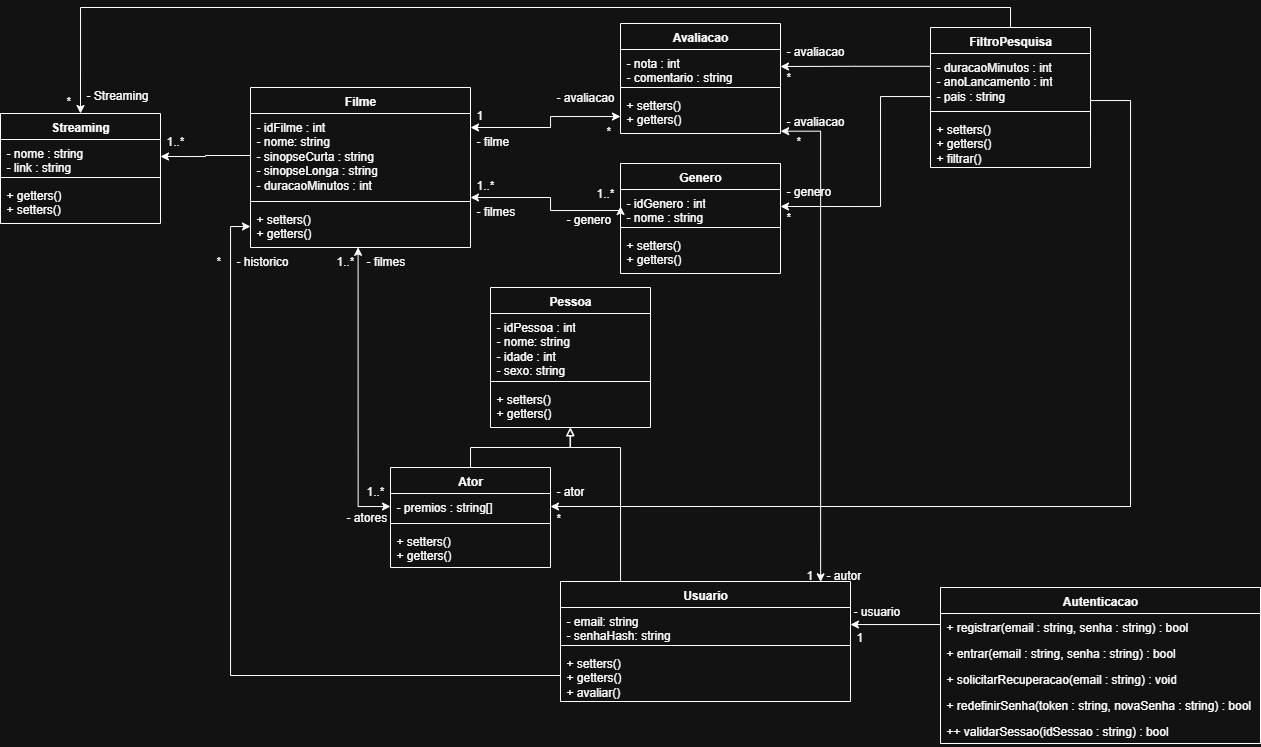
The draw.io diagram docs/diagramas/Diagrama de classes.png in Alan-CRA/Trabalho_Eng_Software, before a commit. Source tidied: cells renumbered, new cells last; positions are measured from the earlier drawing's top-left corner, leaving out a move shared by most shapes.
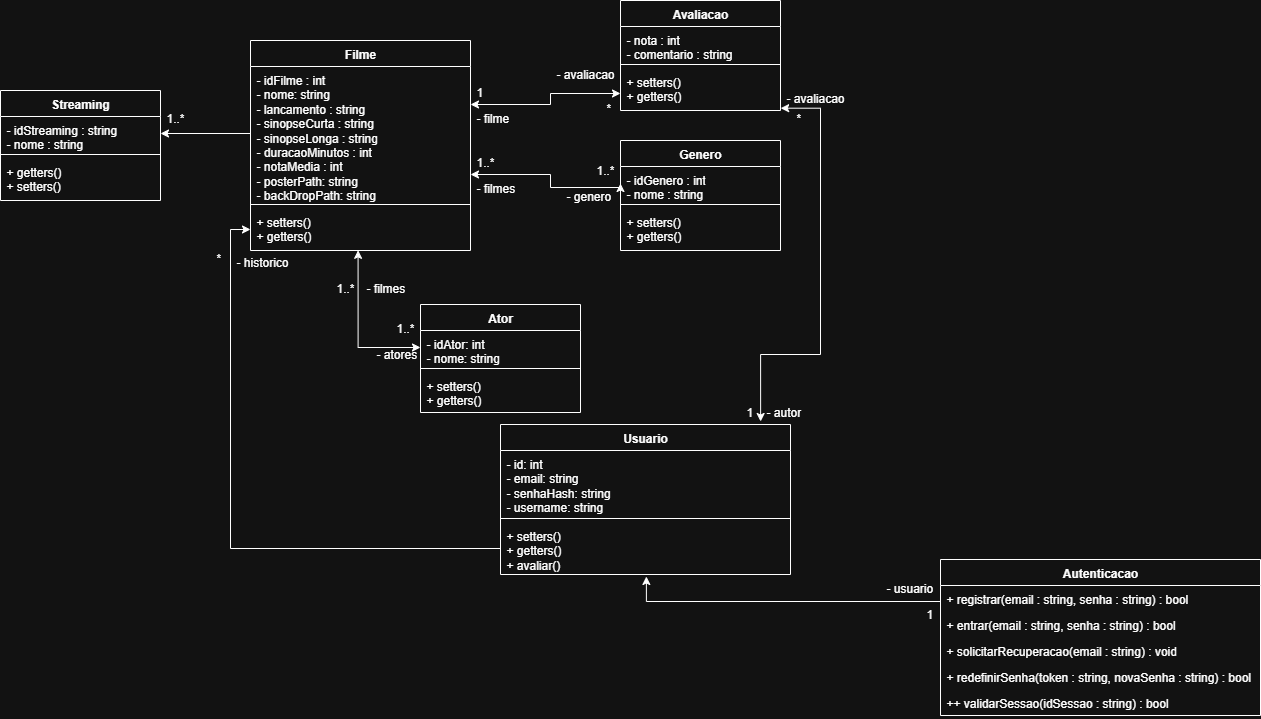
After the change.

Commit message:
update diagrama de classes

Diff of the diagram source:
```diff
@@ -7,29 +7,7 @@
     </mxCell>
-    <mxCell id="3" value="Pessoa" style="swimlane;fontStyle=1;align=center;verticalAlign=top;horizontal=1;startSize=26;whiteSpace=wrap;html=1;" parent="1" vertex="1">
-      <mxGeometry x="490" y="264" width="160" height="140" as="geometry" />
-    </mxCell>
-    <mxCell id="4" value="&lt;div&gt;- idPessoa : int&lt;/div&gt;&lt;div&gt;- nome: string&lt;/div&gt;&lt;div&gt;- idade : int&lt;/div&gt;&lt;div&gt;- sexo: string&lt;/div&gt;&lt;div&gt;&lt;br&gt;&lt;/div&gt;" style="text;strokeColor=none;fillColor=none;align=left;verticalAlign=top;spacingLeft=4;spacingRight=4;overflow=hidden;whiteSpace=wrap;html=1;" parent="3" vertex="1">
-      <mxGeometry y="26" width="160" height="64" as="geometry" />
-    </mxCell>
-    <mxCell id="5" style="line;strokeWidth=1;fillColor=none;align=left;verticalAlign=middle;spacingTop=-1;spacingLeft=3;spacingRight=3;labelPosition=right;strokeColor=inherit;" parent="3" vertex="1">
-      <mxGeometry y="90" width="160" height="8" as="geometry" />
-    </mxCell>
-    <mxCell id="6" value="+ setters()&lt;div&gt;+ getters()&lt;/div&gt;" style="text;strokeColor=none;fillColor=none;align=left;verticalAlign=top;spacingLeft=4;spacingRight=4;overflow=hidden;points=[[0,0.5],[1,0.5]];portConstraint=eastwest;whiteSpace=wrap;html=1;" parent="3" vertex="1">
-      <mxGeometry y="98" width="160" height="42" as="geometry" />
-    </mxCell>
-    <mxCell id="7" style="edgeStyle=orthogonalEdgeStyle;rounded=0;jettySize=auto;html=1;exitX=0.5;exitY=0;exitDx=0;exitDy=0;entryX=0.497;entryY=1.008;entryDx=0;entryDy=0;entryPerimeter=0;endArrow=block;endFill=0;" parent="1" edge="1" source="15" target="6">
-      <mxGeometry relative="1" as="geometry" />
-    </mxCell>
-    <mxCell id="8" style="edgeStyle=orthogonalEdgeStyle;rounded=0;jettySize=auto;html=1;exitX=0.5;exitY=0;exitDx=0;exitDy=0;endArrow=block;endFill=0;" parent="1" edge="1" source="10" target="3">
-      <mxGeometry relative="1" as="geometry">
-        <Array as="points">
-          <mxPoint x="620" y="558" />
-          <mxPoint x="620" y="424" />
-          <mxPoint x="570" y="424" />
-        </Array>
-      </mxGeometry>
-    </mxCell>
-    <mxCell id="9" style="edgeStyle=orthogonalEdgeStyle;rounded=0;jettySize=auto;html=1;entryX=1.001;entryY=0.945;entryDx=0;entryDy=0;startArrow=classic;startFill=1;entryPerimeter=0;exitX=0.897;exitY=0.003;exitDx=0;exitDy=0;exitPerimeter=0;" parent="1" edge="1" source="10" target="42">
+    <mxCell id="9" style="edgeStyle=orthogonalEdgeStyle;rounded=0;jettySize=auto;html=1;entryX=1.001;entryY=0.945;entryDx=0;entryDy=0;startArrow=classic;startFill=1;entryPerimeter=0;exitX=0.897;exitY=-0.02;exitDx=0;exitDy=0;exitPerimeter=0;" parent="1" edge="1" source="10" target="42">
       <mxGeometry relative="1" as="geometry">
         <Array as="points">
+          <mxPoint x="760" y="354" />
+          <mxPoint x="820" y="354" />
           <mxPoint x="820" y="108" />
@@ -39,27 +17,27 @@
     <mxCell id="10" value="&lt;div&gt;Usuario&lt;/div&gt;" style="swimlane;fontStyle=1;align=center;verticalAlign=top;horizontal=1;startSize=26;whiteSpace=wrap;html=1;" parent="1" vertex="1">
-      <mxGeometry x="560" y="558" width="290" height="120" as="geometry" />
+      <mxGeometry x="500" y="424" width="290" height="150" as="geometry" />
     </mxCell>
-    <mxCell id="11" value="- email: string&lt;br&gt;- senhaHash: string" style="text;strokeColor=none;fillColor=none;align=left;verticalAlign=top;spacingLeft=4;spacingRight=4;overflow=hidden;points=[[0,0.5],[1,0.5]];portConstraint=eastwest;whiteSpace=wrap;html=1;" parent="10" vertex="1">
-      <mxGeometry y="26" width="290" height="34" as="geometry" />
+    <mxCell id="11" value="&lt;div&gt;- id: int&lt;/div&gt;- email: string&lt;br&gt;- senhaHash: string&lt;div&gt;- username: string&lt;/div&gt;" style="text;strokeColor=none;fillColor=none;align=left;verticalAlign=top;spacingLeft=4;spacingRight=4;overflow=hidden;points=[[0,0.5],[1,0.5]];portConstraint=eastwest;whiteSpace=wrap;html=1;" parent="10" vertex="1">
+      <mxGeometry y="26" width="290" height="64" as="geometry" />
     </mxCell>
     <mxCell id="12" style="line;strokeWidth=1;fillColor=none;align=left;verticalAlign=middle;spacingTop=-1;spacingLeft=3;spacingRight=3;labelPosition=right;strokeColor=inherit;" parent="10" vertex="1">
-      <mxGeometry y="60" width="290" height="8" as="geometry" />
+      <mxGeometry y="90" width="290" height="8" as="geometry" />
     </mxCell>
     <mxCell id="13" value="+ setters()&lt;div&gt;+ getters()&lt;/div&gt;&lt;div&gt;+ avaliar()&lt;/div&gt;" style="text;strokeColor=none;fillColor=none;align=left;verticalAlign=top;spacingLeft=4;spacingRight=4;overflow=hidden;points=[[0,0.5],[1,0.5]];portConstraint=eastwest;whiteSpace=wrap;html=1;" parent="10" vertex="1">
-      <mxGeometry y="68" width="290" height="52" as="geometry" />
+      <mxGeometry y="98" width="290" height="52" as="geometry" />
     </mxCell>
     <mxCell id="14" style="group;" parent="1" vertex="1">
-      <mxGeometry x="340" y="444" width="210" height="100" as="geometry" />
+      <mxGeometry x="370" y="304" width="210" height="100" as="geometry" />
     </mxCell>
     <mxCell id="15" value="&lt;div&gt;Ator&lt;/div&gt;" style="swimlane;fontStyle=1;align=center;verticalAlign=top;horizontal=1;startSize=26;whiteSpace=wrap;html=1;" parent="14" vertex="1">
-      <mxGeometry x="50" width="160" height="100" as="geometry" />
+      <mxGeometry x="50" width="160" height="108" as="geometry" />
     </mxCell>
-    <mxCell id="16" value="- premios : string[]" style="text;strokeColor=none;fillColor=none;align=left;verticalAlign=top;spacingLeft=4;spacingRight=4;overflow=hidden;points=[[0,0.5],[1,0.5]];portConstraint=eastwest;whiteSpace=wrap;html=1;" parent="15" vertex="1">
-      <mxGeometry y="26" width="160" height="26" as="geometry" />
+    <mxCell id="16" value="&lt;div&gt;- idAtor: int&lt;/div&gt;&lt;div&gt;&lt;span style=&quot;background-color: transparent; color: light-dark(rgb(0, 0, 0), rgb(255, 255, 255));&quot;&gt;- nome: string&lt;/span&gt;&lt;/div&gt;" style="text;strokeColor=none;fillColor=none;align=left;verticalAlign=top;spacingLeft=4;spacingRight=4;overflow=hidden;points=[[0,0.5],[1,0.5]];portConstraint=eastwest;whiteSpace=wrap;html=1;" parent="15" vertex="1">
+      <mxGeometry y="26" width="160" height="34" as="geometry" />
     </mxCell>
     <mxCell id="17" style="line;strokeWidth=1;fillColor=none;align=left;verticalAlign=middle;spacingTop=-1;spacingLeft=3;spacingRight=3;labelPosition=right;strokeColor=inherit;" parent="15" vertex="1">
-      <mxGeometry y="52" width="160" height="8" as="geometry" />
+      <mxGeometry y="60" width="160" height="8" as="geometry" />
     </mxCell>
     <mxCell id="18" value="+ setters()&lt;div&gt;+ getters()&lt;/div&gt;" style="text;strokeColor=none;fillColor=none;align=left;verticalAlign=top;spacingLeft=4;spacingRight=4;overflow=hidden;whiteSpace=wrap;html=1;" parent="15" vertex="1">
-      <mxGeometry y="60" width="160" height="40" as="geometry" />
+      <mxGeometry y="68" width="160" height="40" as="geometry" />
     </mxCell>
@@ -92,3 +70,3 @@
     <mxCell id="24" style="group;" parent="1" vertex="1">
-      <mxGeometry x="200" y="64" width="270" height="186" as="geometry" />
+      <mxGeometry x="200" y="40" width="270" height="186" as="geometry" />
     </mxCell>
@@ -98,25 +76,13 @@
     <mxCell id="26" value="&lt;div&gt;Filme&lt;/div&gt;&lt;div&gt;&lt;br&gt;&lt;/div&gt;" style="swimlane;fontStyle=1;align=center;verticalAlign=top;horizontal=1;startSize=26;whiteSpace=wrap;html=1;" parent="25" vertex="1">
-      <mxGeometry width="220" height="160" as="geometry" />
+      <mxGeometry width="220" height="210" as="geometry" />
     </mxCell>
-    <mxCell id="27" value="&lt;div&gt;- idFilme : int&lt;/div&gt;&lt;div&gt;- nome: string&lt;/div&gt;&lt;div&gt;- sinopseCurta : string&lt;/div&gt;&lt;div&gt;- sinopseLonga : string&lt;/div&gt;&lt;div&gt;- duracaoMinutos : int&lt;/div&gt;" style="text;strokeColor=none;fillColor=none;align=left;verticalAlign=top;spacingLeft=4;spacingRight=4;overflow=hidden;points=[[0,0.5],[1,0.5]];portConstraint=eastwest;whiteSpace=wrap;html=1;" parent="26" vertex="1">
-      <mxGeometry y="26" width="220" height="84" as="geometry" />
+    <mxCell id="27" value="&lt;div&gt;- idFilme : int&lt;/div&gt;&lt;div&gt;- nome: string&lt;/div&gt;&lt;div&gt;- lancamento : string&lt;/div&gt;&lt;div&gt;- sinopseCurta : string&lt;/div&gt;&lt;div&gt;- sinopseLonga : string&lt;/div&gt;&lt;div&gt;- duracaoMinutos : int&lt;/div&gt;&lt;div&gt;- notaMedia : int&lt;/div&gt;&lt;div&gt;- posterPath: string&lt;/div&gt;&lt;div&gt;- backDropPath: string&lt;/div&gt;" style="text;strokeColor=none;fillColor=none;align=left;verticalAlign=top;spacingLeft=4;spacingRight=4;overflow=hidden;points=[[0,0.5],[1,0.5]];portConstraint=eastwest;whiteSpace=wrap;html=1;" parent="26" vertex="1">
+      <mxGeometry y="26" width="220" height="134" as="geometry" />
     </mxCell>
     <mxCell id="28" style="line;strokeWidth=1;fillColor=none;align=left;verticalAlign=middle;spacingTop=-1;spacingLeft=3;spacingRight=3;labelPosition=right;strokeColor=inherit;" parent="26" vertex="1">
-      <mxGeometry y="110" width="220" height="8" as="geometry" />
+      <mxGeometry y="160" width="220" height="8" as="geometry" />
     </mxCell>
     <mxCell id="29" value="&lt;div&gt;+ setters()&lt;/div&gt;&lt;div&gt;+ getters()&lt;/div&gt;" style="text;strokeColor=none;fillColor=none;align=left;verticalAlign=top;spacingLeft=4;spacingRight=4;overflow=hidden;points=[[0,0.5],[1,0.5]];portConstraint=eastwest;whiteSpace=wrap;html=1;" parent="26" vertex="1">
-      <mxGeometry y="118" width="220" height="42" as="geometry" />
+      <mxGeometry y="168" width="220" height="42" as="geometry" />
     </mxCell>
-    <mxCell id="30" value="- filmes" style="text;strokeColor=none;fillColor=none;align=left;verticalAlign=top;spacingLeft=4;spacingRight=4;overflow=hidden;whiteSpace=wrap;html=1;" parent="25" vertex="1">
-      <mxGeometry x="110" y="160" width="50" height="26" as="geometry" />
-    </mxCell>
-    <mxCell id="31" value="&lt;div&gt;1..*&lt;/div&gt;" style="text;strokeColor=none;fillColor=none;align=left;verticalAlign=top;spacingLeft=4;spacingRight=4;overflow=hidden;whiteSpace=wrap;html=1;" parent="25" vertex="1">
-      <mxGeometry x="80" y="160" width="30" height="26" as="geometry" />
-    </mxCell>
-    <mxCell id="32" value="- historico" style="text;strokeColor=none;fillColor=none;align=left;verticalAlign=top;spacingLeft=4;spacingRight=4;overflow=hidden;whiteSpace=wrap;html=1;" parent="25" vertex="1">
-      <mxGeometry x="-20" y="160" width="70" height="26" as="geometry" />
-    </mxCell>
-    <mxCell id="33" value="&lt;div&gt;*&lt;/div&gt;" style="text;strokeColor=none;fillColor=none;align=left;verticalAlign=top;spacingLeft=4;spacingRight=4;overflow=hidden;whiteSpace=wrap;html=1;" parent="24" vertex="1">
-      <mxGeometry x="10" y="160" width="20" height="26" as="geometry" />
-    </mxCell>
     <mxCell id="34" style="group;" parent="1" vertex="1">
@@ -179,43 +145,9 @@
     <mxCell id="53" value="- autor" style="text;strokeColor=none;fillColor=none;align=left;verticalAlign=top;spacingLeft=4;spacingRight=4;overflow=hidden;whiteSpace=wrap;html=1;" parent="1" vertex="1">
-      <mxGeometry x="820" y="538" width="100" height="26" as="geometry" />
+      <mxGeometry x="760" y="398" width="100" height="26" as="geometry" />
     </mxCell>
     <mxCell id="54" value="&lt;div&gt;1&lt;/div&gt;" style="text;strokeColor=none;fillColor=none;align=left;verticalAlign=top;spacingLeft=4;spacingRight=4;overflow=hidden;whiteSpace=wrap;html=1;" parent="1" vertex="1">
-      <mxGeometry x="800" y="538" width="20" height="26" as="geometry" />
+      <mxGeometry x="740" y="398" width="20" height="26" as="geometry" />
     </mxCell>
-    <mxCell id="55" style="edgeStyle=orthogonalEdgeStyle;rounded=0;jettySize=auto;html=1;exitX=0.5;exitY=0;exitDx=0;exitDy=0;entryX=0.5;entryY=0;entryDx=0;entryDy=0;" parent="1" edge="1" source="56" target="75">
-      <mxGeometry relative="1" as="geometry" />
-    </mxCell>
-    <mxCell id="56" value="FiltroPesquisa" style="swimlane;fontStyle=1;align=center;verticalAlign=top;horizontal=1;startSize=26;whiteSpace=wrap;html=1;" parent="1" vertex="1">
-      <mxGeometry x="930" y="4" width="160" height="140" as="geometry" />
-    </mxCell>
-    <mxCell id="57" value="- duracaoMinutos : int&lt;div&gt;- anoLancamento : int&lt;/div&gt;&lt;div&gt;- pais : string&lt;/div&gt;" style="text;strokeColor=none;fillColor=none;align=left;verticalAlign=top;spacingLeft=4;spacingRight=4;overflow=hidden;points=[[0,0.5],[1,0.5]];portConstraint=eastwest;whiteSpace=wrap;html=1;" parent="56" vertex="1">
-      <mxGeometry y="26" width="160" height="54" as="geometry" />
-    </mxCell>
-    <mxCell id="58" style="line;strokeWidth=1;fillColor=none;align=left;verticalAlign=middle;spacingTop=-1;spacingLeft=3;spacingRight=3;labelPosition=right;strokeColor=inherit;" parent="56" vertex="1">
-      <mxGeometry y="80" width="160" height="8" as="geometry" />
-    </mxCell>
-    <mxCell id="59" value="+ setters()&lt;div&gt;+ getters()&lt;/div&gt;&lt;div&gt;+ filtrar()&lt;/div&gt;" style="text;strokeColor=none;fillColor=none;align=left;verticalAlign=top;spacingLeft=4;spacingRight=4;overflow=hidden;points=[[0,0.5],[1,0.5]];portConstraint=eastwest;whiteSpace=wrap;html=1;" parent="56" vertex="1">
-      <mxGeometry y="88" width="160" height="52" as="geometry" />
-    </mxCell>
-    <mxCell id="60" style="edgeStyle=orthogonalEdgeStyle;rounded=0;jettySize=auto;html=1;exitX=-0.001;exitY=0.237;exitDx=0;exitDy=0;entryX=1;entryY=0.5;entryDx=0;entryDy=0;exitPerimeter=0;" parent="1" edge="1" source="57" target="40">
-      <mxGeometry relative="1" as="geometry" />
-    </mxCell>
-    <mxCell id="61" style="edgeStyle=orthogonalEdgeStyle;rounded=0;jettySize=auto;html=1;exitX=0;exitY=0.5;exitDx=0;exitDy=0;entryX=1;entryY=0.5;entryDx=0;entryDy=0;" parent="1" edge="1" source="59" target="36">
-      <mxGeometry relative="1" as="geometry">
-        <Array as="points">
-          <mxPoint x="880" y="73" />
-          <mxPoint x="880" y="183" />
-        </Array>
-      </mxGeometry>
-    </mxCell>
-    <mxCell id="62" style="edgeStyle=orthogonalEdgeStyle;rounded=0;jettySize=auto;html=1;exitX=1;exitY=0.5;exitDx=0;exitDy=0;entryX=1;entryY=0.5;entryDx=0;entryDy=0;startArrow=classic;startFill=1;endArrow=none;endFill=0;" parent="1" edge="1" source="16" target="59">
-      <mxGeometry relative="1" as="geometry">
-        <Array as="points">
-          <mxPoint x="1130" y="483" />
-          <mxPoint x="1130" y="77" />
-        </Array>
-      </mxGeometry>
-    </mxCell>
     <mxCell id="63" value="Autenticacao" style="swimlane;fontStyle=1;align=center;verticalAlign=top;horizontal=1;startSize=26;whiteSpace=wrap;html=1;" parent="1" vertex="1">
-      <mxGeometry x="940" y="564" width="320" height="156" as="geometry" />
+      <mxGeometry x="940" y="559" width="320" height="156" as="geometry" />
     </mxCell>
@@ -236,20 +168,2 @@
     </mxCell>
-    <mxCell id="69" value="- avaliacao" style="text;strokeColor=none;fillColor=none;align=left;verticalAlign=top;spacingLeft=4;spacingRight=4;overflow=hidden;whiteSpace=wrap;html=1;" parent="1" vertex="1">
-      <mxGeometry x="780" y="14" width="100" height="26" as="geometry" />
-    </mxCell>
-    <mxCell id="70" value="*&lt;div&gt;&lt;br&gt;&lt;/div&gt;" style="text;strokeColor=none;fillColor=none;align=left;verticalAlign=top;spacingLeft=4;spacingRight=4;overflow=hidden;whiteSpace=wrap;html=1;" parent="1" vertex="1">
-      <mxGeometry x="780" y="40" width="30" height="26" as="geometry" />
-    </mxCell>
-    <mxCell id="71" value="- genero" style="text;strokeColor=none;fillColor=none;align=left;verticalAlign=top;spacingLeft=4;spacingRight=4;overflow=hidden;whiteSpace=wrap;html=1;" parent="1" vertex="1">
-      <mxGeometry x="780" y="154" width="100" height="26" as="geometry" />
-    </mxCell>
-    <mxCell id="72" value="*" style="text;strokeColor=none;fillColor=none;align=left;verticalAlign=top;spacingLeft=4;spacingRight=4;overflow=hidden;whiteSpace=wrap;html=1;" parent="1" vertex="1">
-      <mxGeometry x="780" y="180" width="100" height="26" as="geometry" />
-    </mxCell>
-    <mxCell id="73" value="- ator" style="text;strokeColor=none;fillColor=none;align=left;verticalAlign=top;spacingLeft=4;spacingRight=4;overflow=hidden;whiteSpace=wrap;html=1;" parent="1" vertex="1">
-      <mxGeometry x="550" y="454" width="100" height="26" as="geometry" />
-    </mxCell>
-    <mxCell id="74" value="*" style="text;strokeColor=none;fillColor=none;align=left;verticalAlign=top;spacingLeft=4;spacingRight=4;overflow=hidden;whiteSpace=wrap;html=1;" parent="1" vertex="1">
-      <mxGeometry x="550" y="481" width="100" height="26" as="geometry" />
-    </mxCell>
     <mxCell id="75" value="Streaming" style="swimlane;fontStyle=1;align=center;verticalAlign=top;horizontal=1;startSize=26;whiteSpace=wrap;html=1;" parent="1" vertex="1">
@@ -257,3 +171,3 @@
     </mxCell>
-    <mxCell id="76" value="- nome : string&lt;div&gt;- link : string&lt;/div&gt;" style="text;strokeColor=none;fillColor=none;align=left;verticalAlign=top;spacingLeft=4;spacingRight=4;overflow=hidden;points=[[0,0.5],[1,0.5]];portConstraint=eastwest;whiteSpace=wrap;html=1;" parent="75" vertex="1">
+    <mxCell id="76" value="&lt;div&gt;- idStreaming : string&lt;/div&gt;- nome : string" style="text;strokeColor=none;fillColor=none;align=left;verticalAlign=top;spacingLeft=4;spacingRight=4;overflow=hidden;points=[[0,0.5],[1,0.5]];portConstraint=eastwest;whiteSpace=wrap;html=1;" parent="75" vertex="1">
       <mxGeometry y="26" width="160" height="34" as="geometry" />
@@ -272,9 +186,3 @@
     </mxCell>
-    <mxCell id="81" value="- Streaming" style="text;strokeColor=none;fillColor=none;align=left;verticalAlign=top;spacingLeft=4;spacingRight=4;overflow=hidden;whiteSpace=wrap;html=1;" parent="1" vertex="1">
-      <mxGeometry x="80" y="58" width="100" height="26" as="geometry" />
-    </mxCell>
-    <mxCell id="82" value="*&lt;div&gt;&lt;br&gt;&lt;/div&gt;" style="text;strokeColor=none;fillColor=none;align=left;verticalAlign=top;spacingLeft=4;spacingRight=4;overflow=hidden;whiteSpace=wrap;html=1;" parent="1" vertex="1">
-      <mxGeometry x="60" y="64" width="100" height="26" as="geometry" />
-    </mxCell>
-    <mxCell id="83" style="edgeStyle=orthogonalEdgeStyle;rounded=0;jettySize=auto;html=1;exitX=0;exitY=0.5;exitDx=0;exitDy=0;" parent="1" edge="1" source="64" target="11">
+    <mxCell id="83" style="edgeStyle=orthogonalEdgeStyle;rounded=0;jettySize=auto;html=1;exitX=0;exitY=0.5;exitDx=0;exitDy=0;entryX=0.503;entryY=1.038;entryDx=0;entryDy=0;entryPerimeter=0;" parent="1" edge="1" source="64" target="13">
       <mxGeometry relative="1" as="geometry">
@@ -282,2 +190,3 @@
           <mxPoint x="940" y="601" />
+          <mxPoint x="646" y="601" />
         </Array>
@@ -286,7 +195,19 @@
     <mxCell id="84" value="- usuario" style="text;strokeColor=none;fillColor=none;align=left;verticalAlign=top;spacingLeft=4;spacingRight=4;overflow=hidden;whiteSpace=wrap;html=1;" parent="1" vertex="1">
-      <mxGeometry x="847" y="574" width="100" height="26" as="geometry" />
+      <mxGeometry x="880" y="574" width="100" height="26" as="geometry" />
     </mxCell>
     <mxCell id="85" value="1" style="text;strokeColor=none;fillColor=none;align=left;verticalAlign=top;spacingLeft=4;spacingRight=4;overflow=hidden;whiteSpace=wrap;html=1;" parent="1" vertex="1">
-      <mxGeometry x="850" y="600" width="100" height="26" as="geometry" />
+      <mxGeometry x="920" y="600" width="100" height="26" as="geometry" />
     </mxCell>
+    <mxCell id="32" value="- historico" style="text;strokeColor=none;fillColor=none;align=left;verticalAlign=top;spacingLeft=4;spacingRight=4;overflow=hidden;whiteSpace=wrap;html=1;" parent="1" vertex="1">
+      <mxGeometry x="230" y="248" width="70" height="26" as="geometry" />
+    </mxCell>
+    <mxCell id="30" value="- filmes" style="text;strokeColor=none;fillColor=none;align=left;verticalAlign=top;spacingLeft=4;spacingRight=4;overflow=hidden;whiteSpace=wrap;html=1;" parent="1" vertex="1">
+      <mxGeometry x="360" y="274" width="50" height="26" as="geometry" />
+    </mxCell>
+    <mxCell id="31" value="&lt;div&gt;1..*&lt;/div&gt;" style="text;strokeColor=none;fillColor=none;align=left;verticalAlign=top;spacingLeft=4;spacingRight=4;overflow=hidden;whiteSpace=wrap;html=1;" parent="1" vertex="1">
+      <mxGeometry x="330" y="274" width="30" height="26" as="geometry" />
+    </mxCell>
+    <mxCell id="33" value="&lt;div&gt;*&lt;/div&gt;" style="text;strokeColor=none;fillColor=none;align=left;verticalAlign=top;spacingLeft=4;spacingRight=4;overflow=hidden;whiteSpace=wrap;html=1;" parent="1" vertex="1">
+      <mxGeometry x="210" y="244" width="20" height="26" as="geometry" />
+    </mxCell>
   </root>
```
